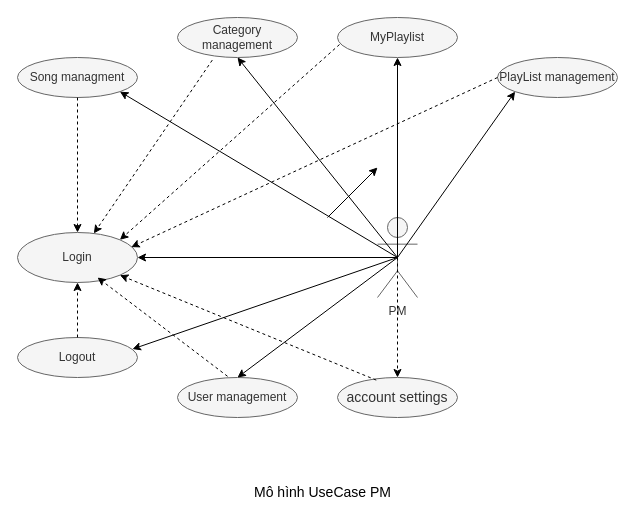
This is out/production/ZingMP3/diagram/pm.drawio from Sonnm90/MD3_JAVA_MUSICWEB, a draw.io file, before an edit. Source tidied: cells renumbered, new cells numbered last; positions are measured from the earlier drawing's top-left corner, leaving out a move shared by most shapes. Both pictures are drawn from the tidied source at 100%, with x=0, y=0 at pixel (17, 17).
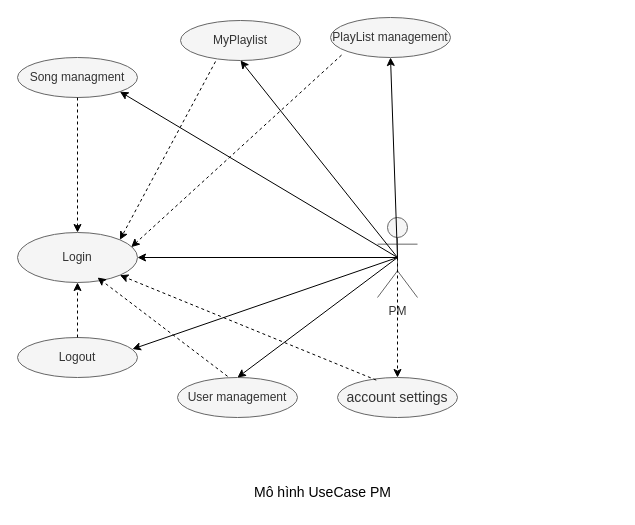
The same page after the edit.

The change refers to these unchanged cells:
```xml
<mxCell id="2" value="PM" style="shape=umlActor;verticalLabelPosition=bottom;verticalAlign=top;html=1;outlineConnect=0;fillColor=#f5f5f5;fontColor=#333333;strokeColor=#666666;" parent="1" vertex="1">
  <mxGeometry x="360" y="200" width="40" height="80" as="geometry" />
</mxCell>
<mxCell id="5" value="Login" style="ellipse;whiteSpace=wrap;html=1;fillColor=#f5f5f5;fontColor=#333333;strokeColor=#666666;" parent="1" vertex="1">
  <mxGeometry y="215" width="120" height="50" as="geometry" />
</mxCell>
```

Change to the diagram source:
```diff
@@
-    <mxCell id="4" value="Category management" style="ellipse;whiteSpace=wrap;html=1;fillColor=#f5f5f5;fontColor=#333333;strokeColor=#666666;" parent="1" vertex="1">
-      <mxGeometry x="160" width="120" height="40" as="geometry" />
-    </mxCell>
@@
     <mxCell id="6" value="PlayList management" style="ellipse;whiteSpace=wrap;html=1;fillColor=#f5f5f5;fontColor=#333333;strokeColor=#666666;" parent="1" vertex="1">
-      <mxGeometry x="480" y="40" width="120" height="40" as="geometry" />
+      <mxGeometry x="313" width="120" height="40" as="geometry" />
     </mxCell>
     <mxCell id="7" value="MyPlaylist" style="ellipse;whiteSpace=wrap;html=1;fillColor=#f5f5f5;fontColor=#333333;strokeColor=#666666;" parent="1" vertex="1">
-      <mxGeometry x="320" width="120" height="40" as="geometry" />
+      <mxGeometry x="163" y="3" width="120" height="40" as="geometry" />
     </mxCell>
@@
-    <mxCell id="11" style="endArrow=classic;html=1;rounded=0;" parent="1" edge="1">
-      <mxGeometry relative="1" as="geometry">
-        <mxPoint x="310" y="200" as="sourcePoint" />
-        <mxPoint x="360" y="150" as="targetPoint" />
-      </mxGeometry>
-    </mxCell>
@@
-    <mxCell id="13" style="endArrow=classic;html=1;rounded=0;strokeColor=#000000;entryX=0.5;entryY=1;entryDx=0;entryDy=0;" parent="1" edge="1" target="4">
-      <mxGeometry relative="1" as="geometry">
-        <mxPoint x="380" y="240" as="sourcePoint" />
-      </mxGeometry>
-    </mxCell>
@@
-    <mxCell id="15" style="endArrow=classic;html=1;rounded=0;strokeColor=#000000;exitX=0.5;exitY=0.5;exitDx=0;exitDy=0;exitPerimeter=0;entryX=0;entryY=1;entryDx=0;entryDy=0;" parent="1" edge="1" source="2" target="6">
+    <mxCell id="15" style="endArrow=classic;html=1;rounded=0;strokeColor=#000000;exitX=0.5;exitY=0.5;exitDx=0;exitDy=0;exitPerimeter=0;entryX=0.5;entryY=1;entryDx=0;entryDy=0;" parent="1" edge="1" source="2" target="6">
       <mxGeometry relative="1" as="geometry" />
     </mxCell>
@@
-    <mxCell id="21" style="endArrow=classic;html=1;rounded=0;dashed=1;strokeColor=#000000;exitX=0.29;exitY=1.065;exitDx=0;exitDy=0;exitPerimeter=0;" parent="1" edge="1" source="4" target="5">
-      <mxGeometry relative="1" as="geometry" />
-    </mxCell>
-    <mxCell id="22" style="endArrow=classic;html=1;rounded=0;dashed=1;strokeColor=#000000;exitX=0.017;exitY=0.675;exitDx=0;exitDy=0;exitPerimeter=0;entryX=1;entryY=0;entryDx=0;entryDy=0;" parent="1" edge="1" source="7" target="5">
-      <mxGeometry relative="1" as="geometry" />
+    <mxCell id="22" style="endArrow=classic;html=1;rounded=0;dashed=1;strokeColor=#000000;entryX=1;entryY=0;entryDx=0;entryDy=0;" parent="1" edge="1" target="5">
+      <mxGeometry relative="1" as="geometry">
+        <mxPoint x="198" y="44" as="sourcePoint" />
+      </mxGeometry>
     </mxCell>
@@
-    <mxCell id="24" style="endArrow=classic;html=1;rounded=0;dashed=1;strokeColor=#000000;exitX=0;exitY=0.5;exitDx=0;exitDy=0;entryX=0.948;entryY=0.292;entryDx=0;entryDy=0;entryPerimeter=0;" parent="1" edge="1" source="6" target="5">
+    <mxCell id="24" style="endArrow=classic;html=1;rounded=0;dashed=1;strokeColor=#000000;exitX=0.092;exitY=0.94;exitDx=0;exitDy=0;entryX=0.948;entryY=0.292;entryDx=0;entryDy=0;entryPerimeter=0;exitPerimeter=0;" parent="1" edge="1" source="6" target="5">
       <mxGeometry relative="1" as="geometry" />
     </mxCell>
```
